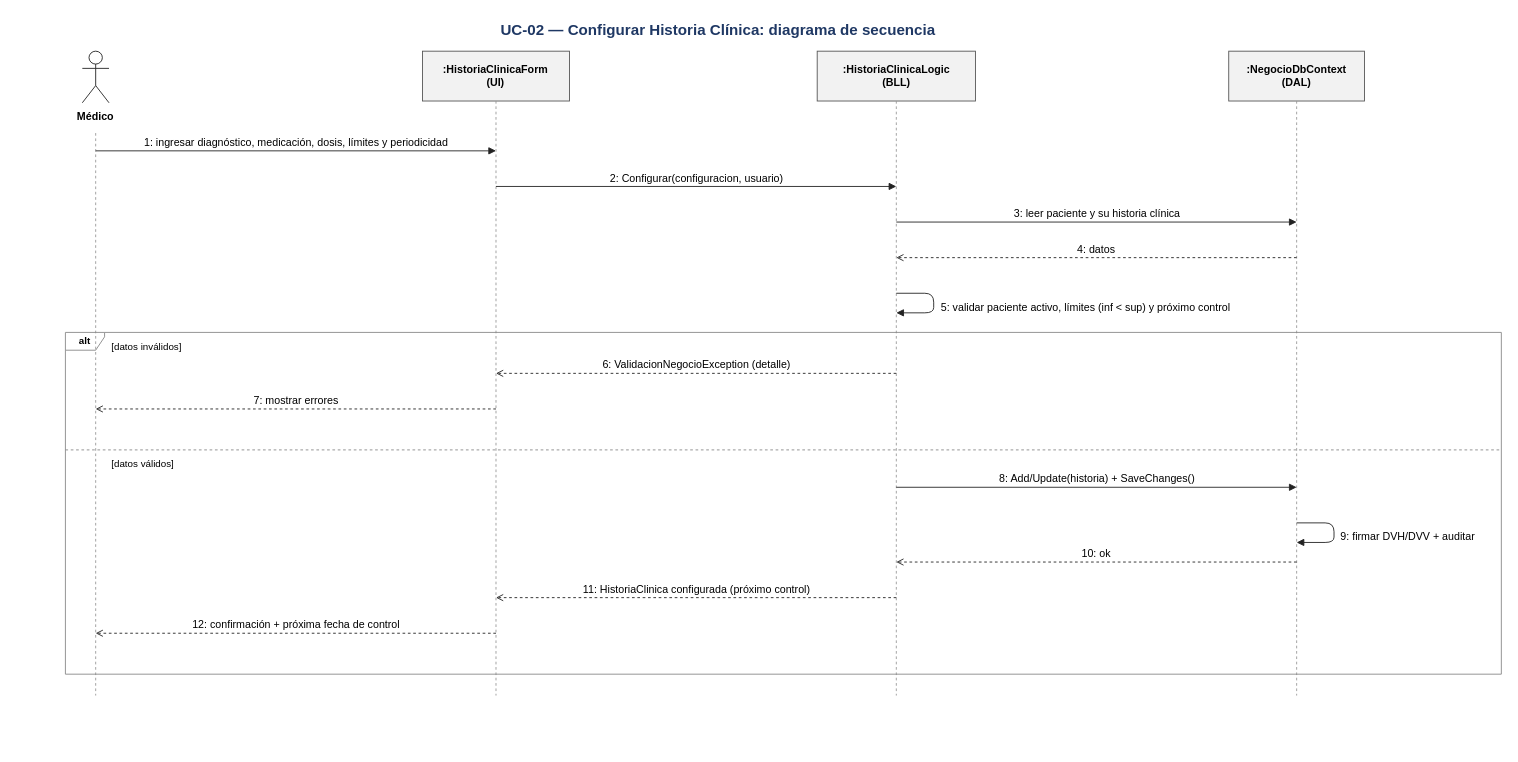
This is Diagramas/UC-02/UC-02 - Secuencia.drawio from DanteSchlogl/OpenRIN-corregido, a draw.io file, before an edit. Source tidied: cells renumbered, new cells numbered last; positions are measured from the earlier drawing's top-left corner, leaving out a move shared by most shapes. Both pictures are drawn from the tidied source at 89%, with x=0, y=0 at pixel (15, 15).
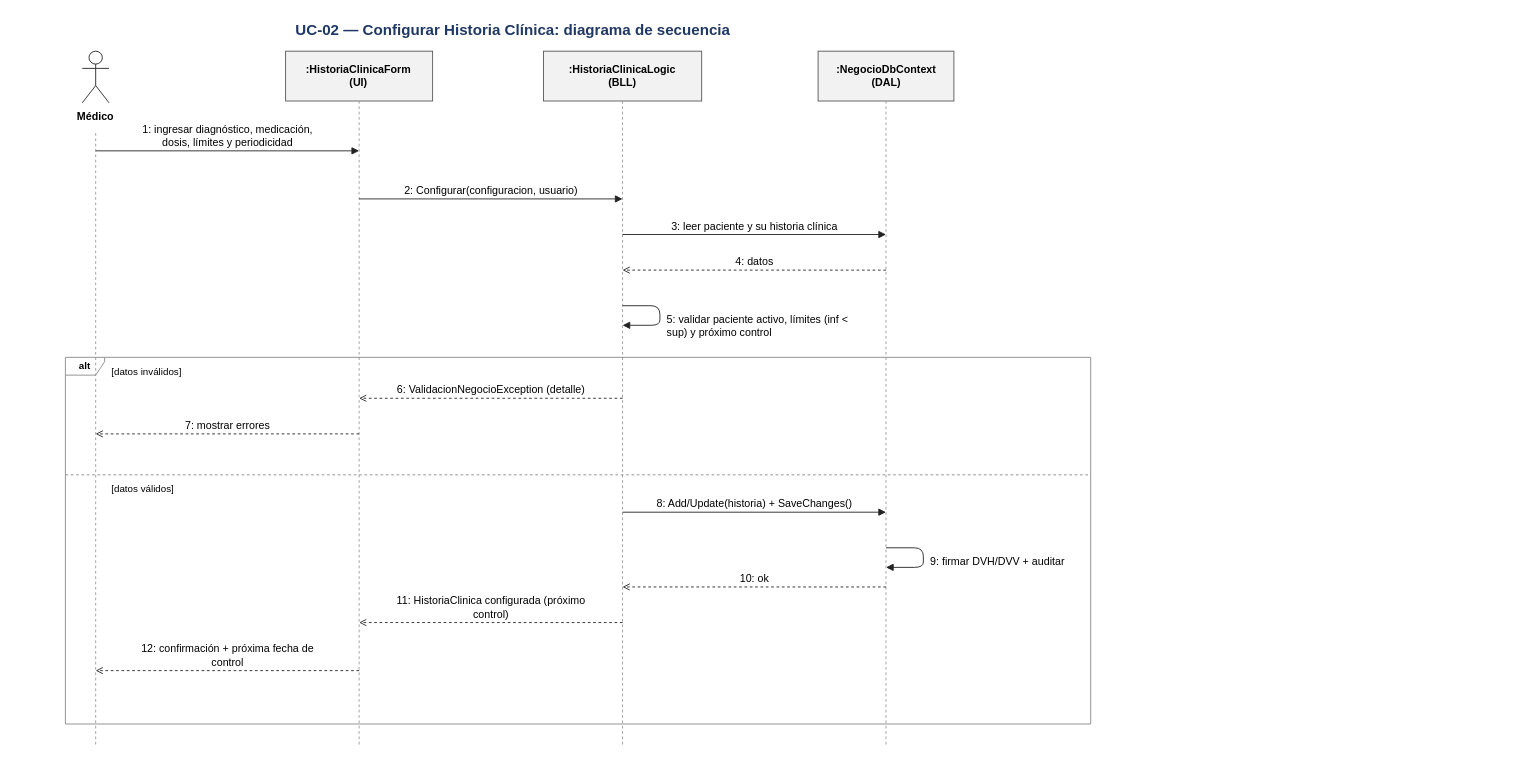
After the change.

Change to the diagram source:
```diff
@@
     <mxCell id="2" value="UC-02 — Configurar Historia Clínica: diagrama de secuencia" style="text;html=1;strokeColor=none;fillColor=none;fontFamily=Arial;whiteSpace=nowrap;fontSize=17;fontStyle=1;fontColor=#1F3864;align=center;whiteSpace=wrap;" parent="1" vertex="1">
-      <mxGeometry width="1579.4" height="28" as="geometry" />
+      <mxGeometry width="1118" height="28" as="geometry" />
     </mxCell>
@@
     <mxCell id="5" style="endArrow=none;dashed=1;strokeColor=#999999;html=1;" parent="1" edge="1">
       <mxGeometry relative="1" as="geometry">
         <mxPoint x="90" y="132" as="sourcePoint" />
-        <mxPoint x="90" y="764" as="targetPoint" />
+        <mxPoint x="90" y="820" as="targetPoint" />
       </mxGeometry>
     </mxCell>
     <mxCell id="6" value=":HistoriaClinicaForm&lt;br/&gt;(UI)" style="rounded=0;whiteSpace=wrap;html=1;fillColor=#F2F2F2;strokeColor=#555555;fontFamily=Arial;fontSize=12;fontStyle=1;" parent="1" vertex="1">
-      <mxGeometry x="457.2" y="40" width="165.2" height="56" as="geometry" />
+      <mxGeometry x="303.4" y="40" width="165.2" height="56" as="geometry" />
     </mxCell>
     <mxCell id="7" style="endArrow=none;dashed=1;strokeColor=#999999;html=1;" parent="1" edge="1">
       <mxGeometry relative="1" as="geometry">
-        <mxPoint x="539.8" y="96" as="sourcePoint" />
-        <mxPoint x="539.8" y="764" as="targetPoint" />
+        <mxPoint x="386" y="96" as="sourcePoint" />
+        <mxPoint x="386" y="820" as="targetPoint" />
       </mxGeometry>
     </mxCell>
     <mxCell id="8" value=":HistoriaClinicaLogic&lt;br/&gt;(BLL)" style="rounded=0;whiteSpace=wrap;html=1;fillColor=#F2F2F2;strokeColor=#555555;fontFamily=Arial;fontSize=12;fontStyle=1;" parent="1" vertex="1">
-      <mxGeometry x="900.7" y="40" width="177.8" height="56" as="geometry" />
+      <mxGeometry x="593.1" y="40" width="177.8" height="56" as="geometry" />
     </mxCell>
     <mxCell id="9" style="endArrow=none;dashed=1;strokeColor=#999999;html=1;" parent="1" edge="1">
       <mxGeometry relative="1" as="geometry">
-        <mxPoint x="989.6" y="96" as="sourcePoint" />
-        <mxPoint x="989.6" y="764" as="targetPoint" />
+        <mxPoint x="682" y="96" as="sourcePoint" />
+        <mxPoint x="682" y="820" as="targetPoint" />
       </mxGeometry>
     </mxCell>
     <mxCell id="10" value=":NegocioDbContext&lt;br/&gt;(DAL)" style="rounded=0;whiteSpace=wrap;html=1;fillColor=#F2F2F2;strokeColor=#555555;fontFamily=Arial;fontSize=12;fontStyle=1;" parent="1" vertex="1">
-      <mxGeometry x="1363.1" y="40" width="152.6" height="56" as="geometry" />
+      <mxGeometry x="901.7" y="40" width="152.6" height="56" as="geometry" />
     </mxCell>
     <mxCell id="11" style="endArrow=none;dashed=1;strokeColor=#999999;html=1;" parent="1" edge="1">
       <mxGeometry relative="1" as="geometry">
-        <mxPoint x="1439.4" y="96" as="sourcePoint" />
-        <mxPoint x="1439.4" y="764" as="targetPoint" />
+        <mxPoint x="978" y="96" as="sourcePoint" />
+        <mxPoint x="978" y="820" as="targetPoint" />
       </mxGeometry>
     </mxCell>
-    <mxCell id="12" value="1: ingresar diagnóstico, medicación, dosis, límites y periodicidad" style="html=1;edgeStyle=none;strokeColor=#222222;fontFamily=Arial;fontSize=12;verticalLabelPosition=top;verticalAlign=bottom;labelBackgroundColor=none;endArrow=block;endFill=1;" parent="1" edge="1">
+    <mxCell id="12" value="1: ingresar diagnóstico, medicación,&lt;br/&gt;dosis, límites y periodicidad" style="html=1;edgeStyle=none;strokeColor=#222222;fontFamily=Arial;fontSize=12;verticalLabelPosition=top;verticalAlign=bottom;labelBackgroundColor=none;endArrow=block;endFill=1;" parent="1" edge="1">
       <mxGeometry relative="1" as="geometry">
         <mxPoint x="90" y="152" as="sourcePoint" />
-        <mxPoint x="539.8" y="152" as="targetPoint" />
+        <mxPoint x="386" y="152" as="targetPoint" />
       </mxGeometry>
     </mxCell>
     <mxCell id="13" value="2: Configurar(configuracion, usuario)" style="html=1;edgeStyle=none;strokeColor=#222222;fontFamily=Arial;fontSize=12;verticalLabelPosition=top;verticalAlign=bottom;labelBackgroundColor=none;endArrow=block;endFill=1;" parent="1" edge="1">
       <mxGeometry relative="1" as="geometry">
-        <mxPoint x="539.8" y="192" as="sourcePoint" />
-        <mxPoint x="989.6" y="192" as="targetPoint" />
+        <mxPoint x="386" y="206" as="sourcePoint" />
+        <mxPoint x="682" y="206" as="targetPoint" />
       </mxGeometry>
     </mxCell>
     <mxCell id="14" value="3: leer paciente y su historia clínica" style="html=1;edgeStyle=none;strokeColor=#222222;fontFamily=Arial;fontSize=12;verticalLabelPosition=top;verticalAlign=bottom;labelBackgroundColor=none;endArrow=block;endFill=1;" parent="1" edge="1">
       <mxGeometry relative="1" as="geometry">
-        <mxPoint x="989.6" y="232" as="sourcePoint" />
-        <mxPoint x="1439.4" y="232" as="targetPoint" />
+        <mxPoint x="682" y="246" as="sourcePoint" />
+        <mxPoint x="978" y="246" as="targetPoint" />
       </mxGeometry>
     </mxCell>
     <mxCell id="15" value="4: datos" style="html=1;edgeStyle=none;strokeColor=#222222;fontFamily=Arial;fontSize=12;verticalLabelPosition=top;verticalAlign=bottom;labelBackgroundColor=none;endArrow=open;endFill=0;dashed=1;" parent="1" edge="1">
       <mxGeometry relative="1" as="geometry">
-        <mxPoint x="1439.4" y="272" as="sourcePoint" />
-        <mxPoint x="989.6" y="272" as="targetPoint" />
+        <mxPoint x="978" y="286" as="sourcePoint" />
+        <mxPoint x="682" y="286" as="targetPoint" />
       </mxGeometry>
     </mxCell>
     <mxCell id="16" style="endArrow=block;endFill=1;html=1;edgeStyle=none;strokeColor=#222222;" parent="1" edge="1">
       <mxGeometry relative="1" as="geometry">
-        <mxPoint x="989.6" y="312" as="sourcePoint" />
-        <mxPoint x="989.6" y="334" as="targetPoint" />
+        <mxPoint x="682" y="326" as="sourcePoint" />
+        <mxPoint x="682" y="348" as="targetPoint" />
         <Array as="points">
-          <mxPoint x="1031.6" y="312" />
-          <mxPoint x="1031.6" y="334" />
+          <mxPoint x="724" y="326" />
+          <mxPoint x="724" y="348" />
         </Array>
       </mxGeometry>
     </mxCell>
-    <mxCell id="17" value="5: validar paciente activo, límites (inf &lt; sup) y próximo control" style="text;html=1;strokeColor=none;fillColor=none;fontFamily=Arial;whiteSpace=nowrap;fontSize=12;align=left;" parent="1" vertex="1">
-      <mxGeometry x="1037.6" y="314" width="423.5" height="18" as="geometry" />
+    <mxCell id="17" value="5: validar paciente activo, límites (inf &amp;lt;&lt;br/&gt;sup) y próximo control" style="text;html=1;strokeColor=none;fillColor=none;fontFamily=Arial;whiteSpace=nowrap;fontSize=12;align=left;" parent="1" vertex="1">
+      <mxGeometry x="730" y="328" width="280" height="32" as="geometry" />
     </mxCell>
     <mxCell id="18" value="6: ValidacionNegocioException (detalle)" style="html=1;edgeStyle=none;strokeColor=#222222;fontFamily=Arial;fontSize=12;verticalLabelPosition=top;verticalAlign=bottom;labelBackgroundColor=none;endArrow=open;endFill=0;dashed=1;" parent="1" edge="1">
       <mxGeometry relative="1" as="geometry">
-        <mxPoint x="989.6" y="402" as="sourcePoint" />
-        <mxPoint x="539.8" y="402" as="targetPoint" />
+        <mxPoint x="682" y="430" as="sourcePoint" />
+        <mxPoint x="386" y="430" as="targetPoint" />
       </mxGeometry>
     </mxCell>
     <mxCell id="19" value="7: mostrar errores" style="html=1;edgeStyle=none;strokeColor=#222222;fontFamily=Arial;fontSize=12;verticalLabelPosition=top;verticalAlign=bottom;labelBackgroundColor=none;endArrow=open;endFill=0;dashed=1;" parent="1" edge="1">
       <mxGeometry relative="1" as="geometry">
-        <mxPoint x="539.8" y="442" as="sourcePoint" />
-        <mxPoint x="90" y="442" as="targetPoint" />
+        <mxPoint x="386" y="470" as="sourcePoint" />
+        <mxPoint x="90" y="470" as="targetPoint" />
       </mxGeometry>
     </mxCell>
     <mxCell id="20" value="8: Add/Update(historia) + SaveChanges()" style="html=1;edgeStyle=none;strokeColor=#222222;fontFamily=Arial;fontSize=12;verticalLabelPosition=top;verticalAlign=bottom;labelBackgroundColor=none;endArrow=block;endFill=1;" parent="1" edge="1">
       <mxGeometry relative="1" as="geometry">
-        <mxPoint x="989.6" y="530" as="sourcePoint" />
-        <mxPoint x="1439.4" y="530" as="targetPoint" />
+        <mxPoint x="682" y="558" as="sourcePoint" />
+        <mxPoint x="978" y="558" as="targetPoint" />
       </mxGeometry>
     </mxCell>
     <mxCell id="21" style="endArrow=block;endFill=1;html=1;edgeStyle=none;strokeColor=#222222;" parent="1" edge="1">
       <mxGeometry relative="1" as="geometry">
-        <mxPoint x="1439.4" y="570" as="sourcePoint" />
-        <mxPoint x="1439.4" y="592" as="targetPoint" />
+        <mxPoint x="978" y="598" as="sourcePoint" />
+        <mxPoint x="978" y="620" as="targetPoint" />
         <Array as="points">
-          <mxPoint x="1481.4" y="570" />
-          <mxPoint x="1481.4" y="592" />
+          <mxPoint x="1020" y="598" />
+          <mxPoint x="1020" y="620" />
         </Array>
       </mxGeometry>
     </mxCell>
     <mxCell id="22" value="9: firmar DVH/DVV + auditar" style="text;html=1;strokeColor=none;fillColor=none;fontFamily=Arial;whiteSpace=nowrap;fontSize=12;align=left;" parent="1" vertex="1">
-      <mxGeometry x="1487.4" y="572" width="184.1" height="18" as="geometry" />
+      <mxGeometry x="1026" y="600" width="280" height="18" as="geometry" />
     </mxCell>
     <mxCell id="23" value="10: ok" style="html=1;edgeStyle=none;strokeColor=#222222;fontFamily=Arial;fontSize=12;verticalLabelPosition=top;verticalAlign=bottom;labelBackgroundColor=none;endArrow=open;endFill=0;dashed=1;" parent="1" edge="1">
       <mxGeometry relative="1" as="geometry">
-        <mxPoint x="1439.4" y="614" as="sourcePoint" />
-        <mxPoint x="989.6" y="614" as="targetPoint" />
+        <mxPoint x="978" y="642" as="sourcePoint" />
+        <mxPoint x="682" y="642" as="targetPoint" />
       </mxGeometry>
     </mxCell>
-    <mxCell id="24" value="11: HistoriaClinica configurada (próximo control)" style="html=1;edgeStyle=none;strokeColor=#222222;fontFamily=Arial;fontSize=12;verticalLabelPosition=top;verticalAlign=bottom;labelBackgroundColor=none;endArrow=open;endFill=0;dashed=1;" parent="1" edge="1">
+    <mxCell id="24" value="11: HistoriaClinica configurada (próximo&lt;br/&gt;control)" style="html=1;edgeStyle=none;strokeColor=#222222;fontFamily=Arial;fontSize=12;verticalLabelPosition=top;verticalAlign=bottom;labelBackgroundColor=none;endArrow=open;endFill=0;dashed=1;" parent="1" edge="1">
       <mxGeometry relative="1" as="geometry">
-        <mxPoint x="989.6" y="654" as="sourcePoint" />
-        <mxPoint x="539.8" y="654" as="targetPoint" />
+        <mxPoint x="682" y="682" as="sourcePoint" />
+        <mxPoint x="386" y="682" as="targetPoint" />
       </mxGeometry>
     </mxCell>
-    <mxCell id="25" value="12: confirmación + próxima fecha de control" style="html=1;edgeStyle=none;strokeColor=#222222;fontFamily=Arial;fontSize=12;verticalLabelPosition=top;verticalAlign=bottom;labelBackgroundColor=none;endArrow=open;endFill=0;dashed=1;" parent="1" edge="1">
+    <mxCell id="25" value="12: confirmación + próxima fecha de&lt;br/&gt;control" style="html=1;edgeStyle=none;strokeColor=#222222;fontFamily=Arial;fontSize=12;verticalLabelPosition=top;verticalAlign=bottom;labelBackgroundColor=none;endArrow=open;endFill=0;dashed=1;" parent="1" edge="1">
       <mxGeometry relative="1" as="geometry">
-        <mxPoint x="539.8" y="694" as="sourcePoint" />
-        <mxPoint x="90" y="694" as="targetPoint" />
+        <mxPoint x="386" y="736" as="sourcePoint" />
+        <mxPoint x="90" y="736" as="targetPoint" />
       </mxGeometry>
     </mxCell>
     <mxCell id="26" value="alt" style="shape=umlFrame;whiteSpace=wrap;html=1;width=44;height=20;fillColor=none;strokeColor=#888888;fontFamily=Arial;fontSize=11;fontStyle=1;" parent="1" vertex="1">
-      <mxGeometry x="56" y="356" width="1613.4" height="384" as="geometry" />
+      <mxGeometry x="56" y="384" width="1152" height="412" as="geometry" />
     </mxCell>
     <mxCell id="27" value="[datos inválidos]" style="text;html=1;strokeColor=none;fillColor=none;fontFamily=Arial;whiteSpace=nowrap;fontSize=11;align=left;" parent="1" vertex="1">
-      <mxGeometry x="106" y="359" width="128.5" height="18" as="geometry" />
+      <mxGeometry x="106" y="387" width="128.5" height="18" as="geometry" />
     </mxCell>
     <mxCell id="28" style="endArrow=none;dashed=1;strokeColor=#888888;html=1;" parent="1" edge="1">
       <mxGeometry relative="1" as="geometry">
-        <mxPoint x="56" y="488" as="sourcePoint" />
-        <mxPoint x="1669.4" y="488" as="targetPoint" />
+        <mxPoint x="56" y="516" as="sourcePoint" />
+        <mxPoint x="1208" y="516" as="targetPoint" />
       </mxGeometry>
     </mxCell>
     <mxCell id="29" value="[datos válidos]" style="text;html=1;strokeColor=none;fillColor=none;fontFamily=Arial;whiteSpace=nowrap;fontSize=11;align=left;" parent="1" vertex="1">
-      <mxGeometry x="106" y="491" width="115.9" height="18" as="geometry" />
+      <mxGeometry x="106" y="519" width="115.9" height="18" as="geometry" />
     </mxCell>
```
